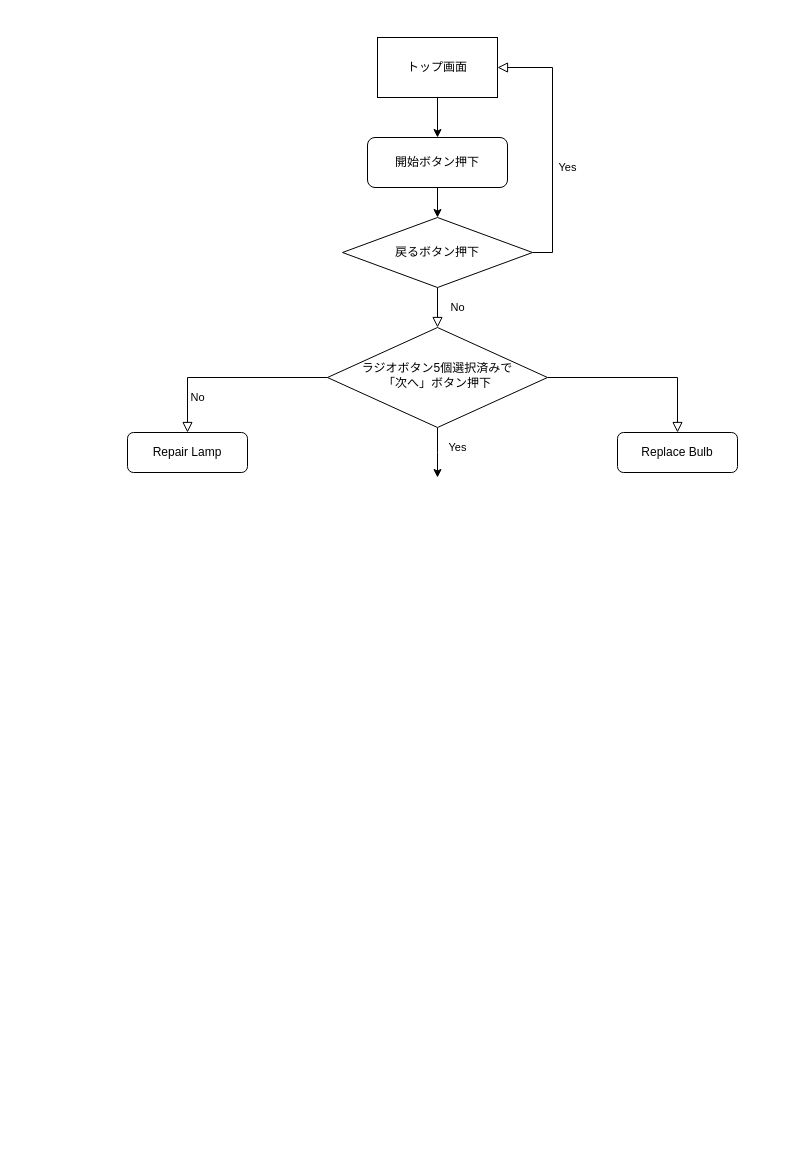
Above: GitHub/MunouChecker/システムフロー図.drawio in nekula/datafolder (draw.io), before the change. Source tidied: cells renumbered, new cells numbered last; positions are measured from the earlier drawing's top-left corner, leaving out a move shared by most shapes. Both pictures are drawn from the tidied source at 100%, with x=0, y=0 at pixel (127, 37).
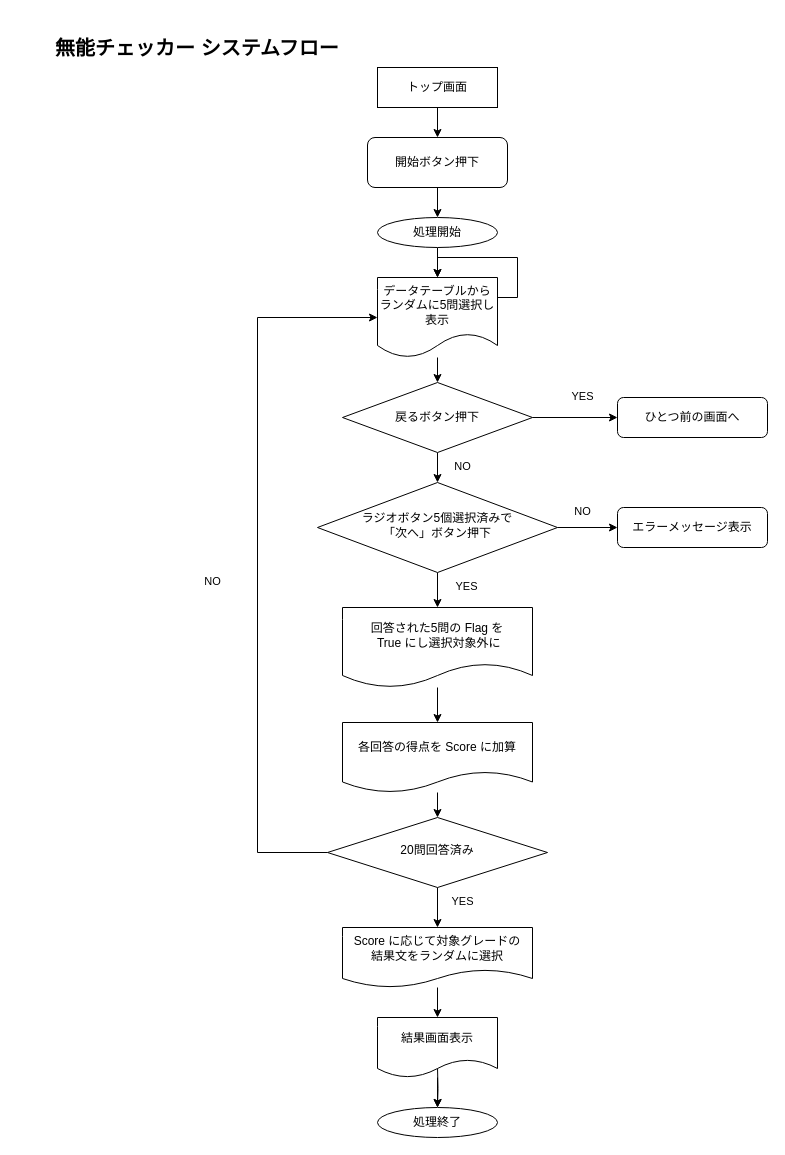
The same diagram, later.

Commit message (it also covers changes not shown here):
システムフロー図.drawio を更新します

The change refers to these unchanged cells:
```xml
<mxCell id="2" value="開始ボタン押下" style="rounded=1;whiteSpace=wrap;html=1;fontSize=12;glass=0;strokeWidth=1;shadow=0;" parent="1" vertex="1">
  <mxGeometry x="240" y="100" width="140" height="50" as="geometry" />
</mxCell>
```

Diff of the diagram source:
```diff
@@
-<mxGraphModel>
+<mxGraphModel background="#ffffff">
@@
+    <mxCell id="15" style="edgeStyle=orthogonalEdgeStyle;rounded=0;jettySize=auto;html=1;" parent="1" edge="1" source="2" target="36">
+      <mxGeometry relative="1" as="geometry" />
+    </mxCell>
@@
+    <mxCell id="6" style="edgeStyle=orthogonalEdgeStyle;rounded=0;jettySize=auto;html=1;" parent="1" edge="1" source="8" target="10">
+      <mxGeometry relative="1" as="geometry" />
+    </mxCell>
+    <mxCell id="16" style="edgeStyle=orthogonalEdgeStyle;rounded=0;jettySize=auto;html=1;entryX=0.5;entryY=0;entryDx=0;entryDy=0;" parent="1" edge="1" source="8" target="26">
+      <mxGeometry relative="1" as="geometry" />
+    </mxCell>
+    <mxCell id="8" value="ラジオボタン5個選択済みで&lt;br&gt;「次へ」ボタン押下" style="rhombus;whiteSpace=wrap;html=1;shadow=0;fontFamily=Helvetica;fontSize=12;align=center;strokeWidth=1;spacing=6;spacingTop=-4;" parent="1" vertex="1">
+      <mxGeometry x="190" y="445" width="240" height="90" as="geometry" />
+    </mxCell>
+    <mxCell id="10" value="エラーメッセージ表示" style="rounded=1;whiteSpace=wrap;html=1;fontSize=12;glass=0;strokeWidth=1;shadow=0;" parent="1" vertex="1">
+      <mxGeometry x="490" y="470" width="150" height="40" as="geometry" />
+    </mxCell>
+    <mxCell id="17" style="edgeStyle=orthogonalEdgeStyle;rounded=0;jettySize=auto;html=1;entryX=0;entryY=0.5;entryDx=0;entryDy=0;exitX=1;exitY=0.5;exitDx=0;exitDy=0;" parent="1" edge="1" source="12" target="41">
+      <mxGeometry relative="1" as="geometry" />
+    </mxCell>
-    <mxCell id="3" value="Yes" style="rounded=0;html=1;jettySize=auto;fontSize=11;endArrow=block;endFill=0;endSize=8;strokeWidth=1;shadow=0;labelBackgroundColor=none;edgeStyle=orthogonalEdgeStyle;exitX=0.5;exitY=1;exitDx=0;exitDy=0;" parent="1" edge="1" source="12" target="8">
-      <mxGeometry x="-1" y="177" relative="1" as="geometry">
-        <mxPoint x="-47" y="-120" as="offset" />
-      </mxGeometry>
+    <mxCell id="3" style="edgeStyle=orthogonalEdgeStyle;rounded=0;jettySize=auto;html=1;" parent="1" edge="1" source="12" target="8">
+      <mxGeometry relative="1" as="geometry" />
     </mxCell>
-    <mxCell id="4" value="No" style="edgeStyle=orthogonalEdgeStyle;rounded=0;html=1;jettySize=auto;fontSize=11;endArrow=block;endFill=0;endSize=8;strokeWidth=1;shadow=0;labelBackgroundColor=none;exitX=1;exitY=0.5;exitDx=0;exitDy=0;entryX=1;entryY=0.5;entryDx=0;entryDy=0;" parent="1" edge="1" source="12" target="14">
-      <mxGeometry x="-1" y="-93" relative="1" as="geometry">
-        <mxPoint x="-75" y="-38" as="offset" />
-      </mxGeometry>
-    </mxCell>
-    <mxCell id="5" value="No" style="rounded=0;html=1;jettySize=auto;fontSize=11;endArrow=block;endFill=0;endSize=8;strokeWidth=1;shadow=0;labelBackgroundColor=none;edgeStyle=orthogonalEdgeStyle;" parent="1" edge="1" source="8" target="9">
-      <mxGeometry x="0.33" y="20" relative="1" as="geometry" />
-    </mxCell>
-    <mxCell id="6" value="Yes" style="edgeStyle=orthogonalEdgeStyle;rounded=0;html=1;jettySize=auto;fontSize=11;endArrow=block;endFill=0;endSize=8;strokeWidth=1;shadow=0;labelBackgroundColor=none;" parent="1" edge="1" source="8" target="10">
-      <mxGeometry x="-1" y="-114" relative="1" as="geometry">
-        <mxPoint x="-90" y="-44" as="offset" />
-      </mxGeometry>
-    </mxCell>
-    <mxCell id="7" style="edgeStyle=orthogonalEdgeStyle;rounded=0;jettySize=auto;html=1;" parent="1" edge="1" source="8">
-      <mxGeometry relative="1" as="geometry">
-        <mxPoint x="310" y="440" as="targetPoint" />
-      </mxGeometry>
-    </mxCell>
-    <mxCell id="8" value="ラジオボタン5個選択済みで&lt;br&gt;「次へ」ボタン押下" style="rhombus;whiteSpace=wrap;html=1;shadow=0;fontFamily=Helvetica;fontSize=12;align=center;strokeWidth=1;spacing=6;spacingTop=-4;" parent="1" vertex="1">
-      <mxGeometry x="200" y="290" width="220" height="100" as="geometry" />
-    </mxCell>
-    <mxCell id="9" value="Repair Lamp" style="rounded=1;whiteSpace=wrap;html=1;fontSize=12;glass=0;strokeWidth=1;shadow=0;" parent="1" vertex="1">
-      <mxGeometry y="395" width="120" height="40" as="geometry" />
-    </mxCell>
-    <mxCell id="10" value="Replace Bulb" style="rounded=1;whiteSpace=wrap;html=1;fontSize=12;glass=0;strokeWidth=1;shadow=0;" parent="1" vertex="1">
-      <mxGeometry x="490" y="395" width="120" height="40" as="geometry" />
-    </mxCell>
-    <mxCell id="11" style="endArrow=classic;html=1;rounded=0;exitX=0.5;exitY=1;exitDx=0;exitDy=0;entryX=0.5;entryY=0;entryDx=0;entryDy=0;" parent="1" edge="1" source="2" target="12">
-      <mxGeometry relative="1" as="geometry" />
-    </mxCell>
     <mxCell id="12" value="戻るボタン押下" style="rhombus;whiteSpace=wrap;html=1;" parent="1" vertex="1">
-      <mxGeometry x="215" y="180" width="190" height="70" as="geometry" />
+      <mxGeometry x="215" y="345" width="190" height="70" as="geometry" />
     </mxCell>
@@
     <mxCell id="14" value="トップ画面" style="rounded=0;whiteSpace=wrap;html=1;" parent="1" vertex="1">
-      <mxGeometry x="250" width="120" height="60" as="geometry" />
+      <mxGeometry x="250" y="30" width="120" height="40" as="geometry" />
     </mxCell>
+    <mxCell id="18" style="edgeStyle=orthogonalEdgeStyle;rounded=0;jettySize=auto;html=1;entryX=0.5;entryY=0;entryDx=0;entryDy=0;" parent="1" edge="1" source="39" target="12">
+      <mxGeometry relative="1" as="geometry" />
+    </mxCell>
+    <mxCell id="19" value="&lt;font style=&quot;font-size: 11px;&quot;&gt;&lt;span style=&quot;font-weight: normal;&quot;&gt;NO&lt;/span&gt;&lt;br&gt;&lt;/font&gt;" style="text;strokeColor=none;fillColor=none;html=1;fontSize=24;fontStyle=1;verticalAlign=middle;align=center;" parent="1" vertex="1">
+      <mxGeometry x="420" y="460" width="70" height="20" as="geometry" />
+    </mxCell>
+    <mxCell id="20" style="edgeStyle=orthogonalEdgeStyle;rounded=0;jettySize=auto;html=1;entryX=0;entryY=0.5;entryDx=0;entryDy=0;exitX=0;exitY=0.5;exitDx=0;exitDy=0;" parent="1" edge="1" source="29" target="39">
+      <mxGeometry relative="1" as="geometry">
+        <Array as="points">
+          <mxPoint x="130" y="815" />
+          <mxPoint x="130" y="280" />
+        </Array>
+      </mxGeometry>
+    </mxCell>
+    <mxCell id="21" value="&lt;font style=&quot;font-size: 11px;&quot;&gt;&lt;span style=&quot;font-weight: normal;&quot;&gt;NO&lt;/span&gt;&lt;br&gt;&lt;/font&gt;" style="text;strokeColor=none;fillColor=none;html=1;fontSize=24;fontStyle=1;verticalAlign=middle;align=center;" parent="1" vertex="1">
+      <mxGeometry x="50" y="530" width="70" height="20" as="geometry" />
+    </mxCell>
+    <mxCell id="22" value="&lt;font style=&quot;font-size: 11px;&quot;&gt;&lt;span style=&quot;font-weight: normal;&quot;&gt;YES&lt;/span&gt;&lt;br&gt;&lt;/font&gt;" style="text;strokeColor=none;fillColor=none;html=1;fontSize=24;fontStyle=1;verticalAlign=middle;align=center;" parent="1" vertex="1">
+      <mxGeometry x="300" y="850" width="70" height="20" as="geometry" />
+    </mxCell>
+    <mxCell id="23" style="edgeStyle=orthogonalEdgeStyle;rounded=0;jettySize=auto;html=1;entryX=0.5;entryY=0;entryDx=0;entryDy=0;" parent="1" edge="1" target="37">
+      <mxGeometry relative="1" as="geometry">
+        <mxPoint x="310" y="1030" as="sourcePoint" />
+      </mxGeometry>
+    </mxCell>
+    <mxCell id="24" value="&lt;b&gt;&lt;font style=&quot;font-size: 20px;&quot;&gt;無能チェッカー システムフロー&lt;/font&gt;&lt;/b&gt;" style="whiteSpace=wrap;html=1;strokeColor=none;opacity=0;" parent="1" vertex="1">
+      <mxGeometry x="-110" y="-20" width="360" height="60" as="geometry" />
+    </mxCell>
+    <mxCell id="25" style="edgeStyle=orthogonalEdgeStyle;rounded=0;jettySize=auto;html=1;entryX=0.5;entryY=0;entryDx=0;entryDy=0;" parent="1" edge="1" source="26" target="34">
+      <mxGeometry relative="1" as="geometry" />
+    </mxCell>
+    <mxCell id="26" value="回答された5問の Flag を&lt;br&gt;&amp;nbsp;True にし選択対象外に" style="shape=document;whiteSpace=wrap;html=1;boundedLbl=1;" parent="1" vertex="1">
+      <mxGeometry x="215" y="570" width="190" height="80" as="geometry" />
+    </mxCell>
+    <mxCell id="27" style="edgeStyle=orthogonalEdgeStyle;rounded=0;orthogonalLoop=1;jettySize=auto;html=1;exitX=0.5;exitY=1;exitDx=0;exitDy=0;" parent="1" edge="1" source="22" target="22">
+      <mxGeometry relative="1" as="geometry" />
+    </mxCell>
+    <mxCell id="28" style="edgeStyle=orthogonalEdgeStyle;rounded=0;jettySize=auto;html=1;entryX=0.5;entryY=0;entryDx=0;entryDy=0;" parent="1" edge="1" source="29" target="31">
+      <mxGeometry relative="1" as="geometry" />
+    </mxCell>
+    <mxCell id="29" value="20問回答済み" style="rhombus;whiteSpace=wrap;html=1;shadow=0;fontFamily=Helvetica;fontSize=12;align=center;strokeWidth=1;spacing=6;spacingTop=-4;" parent="1" vertex="1">
+      <mxGeometry x="200" y="780" width="220" height="70" as="geometry" />
+    </mxCell>
+    <mxCell id="30" style="edgeStyle=orthogonalEdgeStyle;rounded=0;jettySize=auto;html=1;entryX=0.5;entryY=0;entryDx=0;entryDy=0;" parent="1" edge="1" source="31" target="45">
+      <mxGeometry relative="1" as="geometry" />
+    </mxCell>
+    <mxCell id="31" value="Score に応じて対象グレードの&lt;br&gt;結果文をランダムに選択" style="shape=document;whiteSpace=wrap;html=1;boundedLbl=1;" parent="1" vertex="1">
+      <mxGeometry x="215" y="890" width="190" height="60" as="geometry" />
+    </mxCell>
+    <mxCell id="32" style="edgeStyle=orthogonalEdgeStyle;rounded=0;jettySize=auto;html=1;entryX=0.5;entryY=0;entryDx=0;entryDy=0;" parent="1" edge="1" target="34">
+      <mxGeometry relative="1" as="geometry">
+        <mxPoint x="310" y="700" as="sourcePoint" />
+      </mxGeometry>
+    </mxCell>
+    <mxCell id="33" style="edgeStyle=orthogonalEdgeStyle;rounded=0;jettySize=auto;html=1;" parent="1" edge="1" source="34" target="29">
+      <mxGeometry relative="1" as="geometry" />
+    </mxCell>
+    <mxCell id="34" value="各回答の得点を Score に加算" style="shape=document;whiteSpace=wrap;html=1;boundedLbl=1;" parent="1" vertex="1">
+      <mxGeometry x="215" y="685" width="190" height="70" as="geometry" />
+    </mxCell>
+    <mxCell id="35" style="edgeStyle=orthogonalEdgeStyle;rounded=0;jettySize=auto;html=1;entryX=0.5;entryY=0;entryDx=0;entryDy=0;" parent="1" edge="1" source="36" target="39">
+      <mxGeometry relative="1" as="geometry" />
+    </mxCell>
+    <mxCell id="36" value="処理開始" style="ellipse;whiteSpace=wrap;html=1;" parent="1" vertex="1">
+      <mxGeometry x="250" y="180" width="120" height="30" as="geometry" />
+    </mxCell>
+    <mxCell id="37" value="処理終了" style="ellipse;whiteSpace=wrap;html=1;" parent="1" vertex="1">
+      <mxGeometry x="250" y="1070" width="120" height="30" as="geometry" />
+    </mxCell>
+    <mxCell id="38" style="edgeStyle=orthogonalEdgeStyle;rounded=0;jettySize=auto;html=1;entryX=0.5;entryY=0;entryDx=0;entryDy=0;" parent="1" edge="1" target="39">
+      <mxGeometry relative="1" as="geometry">
+        <mxPoint x="310" y="280" as="sourcePoint" />
+      </mxGeometry>
+    </mxCell>
+    <mxCell id="39" value="データテーブルからランダムに5問選択し表示" style="shape=document;whiteSpace=wrap;html=1;boundedLbl=1;" parent="1" vertex="1">
+      <mxGeometry x="250" y="240" width="120" height="80" as="geometry" />
+    </mxCell>
+    <mxCell id="40" value="&lt;font style=&quot;font-size: 11px;&quot;&gt;&lt;span style=&quot;font-weight: normal;&quot;&gt;YES&lt;/span&gt;&lt;br&gt;&lt;/font&gt;" style="text;strokeColor=none;fillColor=none;html=1;fontSize=24;fontStyle=1;verticalAlign=middle;align=center;" parent="1" vertex="1">
+      <mxGeometry x="304" y="535" width="70" height="20" as="geometry" />
+    </mxCell>
+    <mxCell id="41" value="ひとつ前の画面へ" style="rounded=1;whiteSpace=wrap;html=1;fontSize=12;glass=0;strokeWidth=1;shadow=0;" parent="1" vertex="1">
+      <mxGeometry x="490" y="360" width="150" height="40" as="geometry" />
+    </mxCell>
+    <mxCell id="42" value="&lt;font style=&quot;font-size: 11px;&quot;&gt;&lt;span style=&quot;font-weight: normal;&quot;&gt;NO&lt;/span&gt;&lt;br&gt;&lt;/font&gt;" style="text;strokeColor=none;fillColor=none;html=1;fontSize=24;fontStyle=1;verticalAlign=middle;align=center;" parent="1" vertex="1">
+      <mxGeometry x="300" y="415" width="70" height="20" as="geometry" />
+    </mxCell>
+    <mxCell id="43" value="&lt;font style=&quot;font-size: 11px;&quot;&gt;&lt;span style=&quot;font-weight: normal;&quot;&gt;YES&lt;/span&gt;&lt;br&gt;&lt;/font&gt;" style="text;strokeColor=none;fillColor=none;html=1;fontSize=24;fontStyle=1;verticalAlign=middle;align=center;" parent="1" vertex="1">
+      <mxGeometry x="420" y="345" width="70" height="20" as="geometry" />
+    </mxCell>
+    <mxCell id="44" style="edgeStyle=orthogonalEdgeStyle;rounded=0;jettySize=auto;html=1;" parent="1" edge="1" source="45" target="37">
+      <mxGeometry relative="1" as="geometry" />
+    </mxCell>
+    <mxCell id="45" value="結果画面表示" style="shape=document;whiteSpace=wrap;html=1;boundedLbl=1;" parent="1" vertex="1">
+      <mxGeometry x="250" y="980" width="120" height="60" as="geometry" />
+    </mxCell>
```
